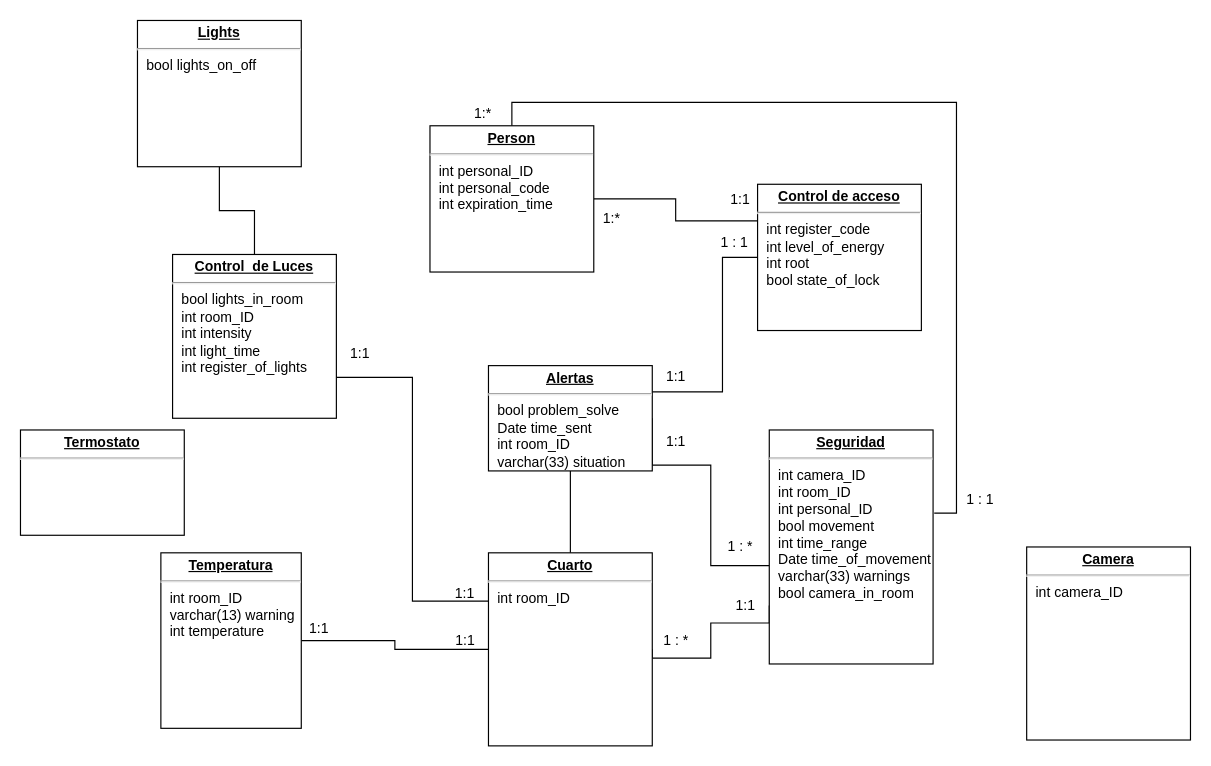
Earlier version of the draw.io diagram act3/Tarea 3 en equipo.drawio (DemiurgeApeiron/A01028325-InternetOfThings). Source tidied: cells renumbered, new cells numbered last; positions are measured from the earlier drawing's top-left corner, leaving out a move shared by most shapes. Both pictures are drawn from the tidied source at 117%, with x=0, y=0 at pixel (20, 20).
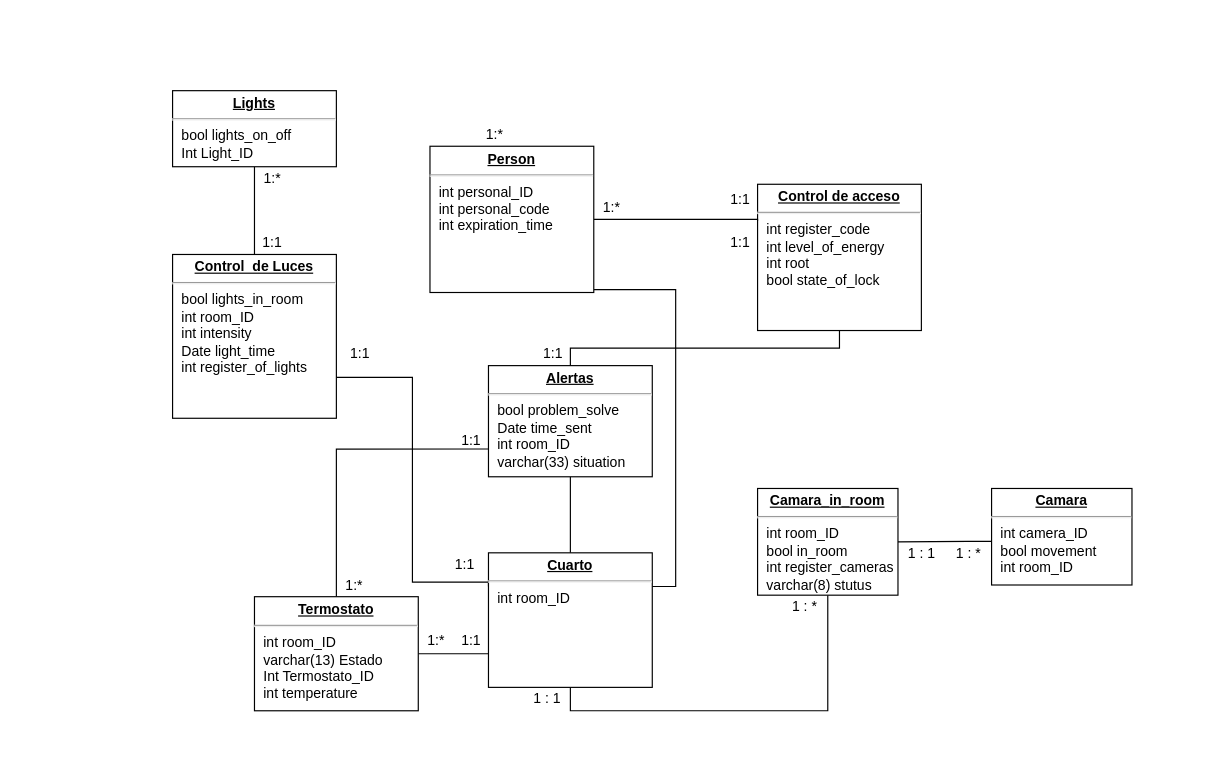
The same diagram, later.

The change refers to these unchanged cells:
```xml
<mxCell id="12" value="&lt;p style=&quot;margin: 0px ; margin-top: 4px ; text-align: center ; text-decoration: underline&quot;&gt;&lt;b&gt;Control de acceso&lt;/b&gt;&lt;/p&gt;&lt;hr&gt;&lt;p style=&quot;margin: 0px ; margin-left: 8px&quot;&gt;int register_code&lt;/p&gt;&lt;p style=&quot;margin: 0px ; margin-left: 8px&quot;&gt;int level_of_energy&lt;/p&gt;&lt;p style=&quot;margin: 0px ; margin-left: 8px&quot;&gt;int root&lt;/p&gt;&lt;p style=&quot;margin: 0px ; margin-left: 8px&quot;&gt;bool state_of_lock&lt;/p&gt;&lt;p style=&quot;margin: 0px ; margin-left: 8px&quot;&gt;&lt;br&gt;&lt;/p&gt;" style="verticalAlign=top;align=left;overflow=fill;fontSize=12;fontFamily=Helvetica;html=1;rounded=0;shadow=0;comic=0;labelBackgroundColor=none;strokeWidth=1;" parent="1" vertex="1">
  <mxGeometry x="630" y="140" width="140" height="125" as="geometry" />
</mxCell>
```

The edit, as a diff of the source:
```diff
@@
-    <mxCell id="2" value="&lt;p style=&quot;margin: 0px ; margin-top: 4px ; text-align: center ; text-decoration: underline&quot;&gt;&lt;b&gt;Control&amp;nbsp; de Luces&lt;/b&gt;&lt;/p&gt;&lt;hr&gt;&lt;p style=&quot;margin: 0px ; margin-left: 8px&quot;&gt;bool lights_in_room&lt;/p&gt;&lt;p style=&quot;margin: 0px ; margin-left: 8px&quot;&gt;int room_ID&lt;/p&gt;&lt;p style=&quot;margin: 0px ; margin-left: 8px&quot;&gt;int intensity&lt;/p&gt;&lt;p style=&quot;margin: 0px ; margin-left: 8px&quot;&gt;int light_time&lt;/p&gt;&lt;p style=&quot;margin: 0px ; margin-left: 8px&quot;&gt;int register_of_lights&lt;/p&gt;&lt;p style=&quot;margin: 0px ; margin-left: 8px&quot;&gt;&lt;br&gt;&lt;/p&gt;&lt;p style=&quot;margin: 0px ; margin-left: 8px&quot;&gt;&lt;br&gt;&lt;/p&gt;" style="verticalAlign=top;align=left;overflow=fill;fontSize=12;fontFamily=Helvetica;html=1;rounded=0;shadow=0;comic=0;labelBackgroundColor=none;strokeWidth=1;" parent="1" vertex="1">
+    <mxCell id="2" value="&lt;p style=&quot;margin: 0px ; margin-top: 4px ; text-align: center ; text-decoration: underline&quot;&gt;&lt;b&gt;Control&amp;nbsp; de Luces&lt;/b&gt;&lt;/p&gt;&lt;hr&gt;&lt;p style=&quot;margin: 0px ; margin-left: 8px&quot;&gt;bool lights_in_room&lt;/p&gt;&lt;p style=&quot;margin: 0px ; margin-left: 8px&quot;&gt;int room_ID&lt;/p&gt;&lt;p style=&quot;margin: 0px ; margin-left: 8px&quot;&gt;int intensity&lt;/p&gt;&lt;p style=&quot;margin: 0px ; margin-left: 8px&quot;&gt;Date light_time&lt;/p&gt;&lt;p style=&quot;margin: 0px ; margin-left: 8px&quot;&gt;int register_of_lights&lt;/p&gt;&lt;p style=&quot;margin: 0px ; margin-left: 8px&quot;&gt;&lt;br&gt;&lt;/p&gt;&lt;p style=&quot;margin: 0px ; margin-left: 8px&quot;&gt;&lt;br&gt;&lt;/p&gt;" style="verticalAlign=top;align=left;overflow=fill;fontSize=12;fontFamily=Helvetica;html=1;rounded=0;shadow=0;comic=0;labelBackgroundColor=none;strokeWidth=1;" parent="1" vertex="1">
       <mxGeometry x="130" y="200" width="140" height="140" as="geometry" />
     </mxCell>
-    <mxCell id="3" style="edgeStyle=orthogonalEdgeStyle;rounded=0;jettySize=auto;html=1;entryX=0;entryY=0.5;entryDx=0;entryDy=0;verticalAlign=middle;endArrow=none;endFill=0;" parent="1" edge="1" source="4" target="10">
+    <mxCell id="3" style="edgeStyle=orthogonalEdgeStyle;rounded=0;jettySize=auto;html=1;entryX=0;entryY=0.75;entryDx=0;entryDy=0;verticalAlign=middle;endArrow=none;endFill=0;exitX=1;exitY=0.5;exitDx=0;exitDy=0;" parent="1" edge="1" source="34" target="10">
       <mxGeometry relative="1" as="geometry" />
     </mxCell>
-    <mxCell id="4" value="&lt;p style=&quot;margin: 0px ; margin-top: 4px ; text-align: center ; text-decoration: underline&quot;&gt;&lt;b&gt;Temperatura&lt;/b&gt;&lt;/p&gt;&lt;hr&gt;&lt;p style=&quot;margin: 0px ; margin-left: 8px&quot;&gt;int room_ID&lt;/p&gt;&lt;p style=&quot;margin: 0px ; margin-left: 8px&quot;&gt;varchar(13) warning&lt;/p&gt;&lt;p style=&quot;margin: 0px ; margin-left: 8px&quot;&gt;int temperature&lt;/p&gt;&lt;p style=&quot;margin: 0px ; margin-left: 8px&quot;&gt;&lt;br&gt;&lt;/p&gt;" style="verticalAlign=top;align=left;overflow=fill;fontSize=12;fontFamily=Helvetica;html=1;rounded=0;shadow=0;comic=0;labelBackgroundColor=none;strokeWidth=1;" parent="1" vertex="1">
-      <mxGeometry x="120" y="455" width="120" height="150" as="geometry" />
-    </mxCell>
-    <mxCell id="5" style="edgeStyle=orthogonalEdgeStyle;rounded=0;html=1;labelBackgroundColor=none;endArrow=none;endFill=0;endSize=8;fontFamily=Verdana;fontSize=12;align=left;exitX=1;exitY=0.5;" parent="1" edge="1" source="7" target="13">
-      <mxGeometry relative="1" as="geometry">
-        <Array as="points">
-          <mxPoint x="540" y="380" />
-          <mxPoint x="590" y="380" />
-          <mxPoint x="590" y="466" />
-        </Array>
-      </mxGeometry>
-    </mxCell>
@@
     <mxCell id="7" value="&lt;p style=&quot;margin: 0px ; margin-top: 4px ; text-align: center ; text-decoration: underline&quot;&gt;&lt;b&gt;Alertas&lt;/b&gt;&lt;/p&gt;&lt;hr&gt;&lt;p style=&quot;margin: 0px ; margin-left: 8px&quot;&gt;bool problem_solve&lt;/p&gt;&lt;p style=&quot;margin: 0px ; margin-left: 8px&quot;&gt;Date time_sent&lt;/p&gt;&lt;p style=&quot;margin: 0px ; margin-left: 8px&quot;&gt;int room_ID&lt;/p&gt;&lt;p style=&quot;margin: 0px ; margin-left: 8px&quot;&gt;varchar(33) situation&lt;/p&gt;" style="verticalAlign=top;align=left;overflow=fill;fontSize=12;fontFamily=Helvetica;html=1;rounded=0;shadow=0;comic=0;labelBackgroundColor=none;strokeWidth=1;" parent="1" vertex="1">
-      <mxGeometry x="400" y="295" width="140" height="90" as="geometry" />
+      <mxGeometry x="400" y="295" width="140" height="95" as="geometry" />
     </mxCell>
-    <mxCell id="8" style="edgeStyle=orthogonalEdgeStyle;rounded=0;html=1;exitX=1;exitY=0.5;entryX=0;entryY=0.75;labelBackgroundColor=none;endArrow=none;endFill=0;endSize=8;fontFamily=Verdana;fontSize=12;align=left;" parent="1" edge="1" source="10" target="13">
-      <mxGeometry relative="1" as="geometry">
-        <Array as="points">
-          <mxPoint x="590" y="545" />
-          <mxPoint x="590" y="515" />
-          <mxPoint x="640" y="515" />
-        </Array>
-      </mxGeometry>
-    </mxCell>
     <mxCell id="9" style="edgeStyle=orthogonalEdgeStyle;rounded=0;html=1;exitX=0;exitY=0.25;entryX=1;entryY=0.75;labelBackgroundColor=none;endArrow=none;endFill=0;endSize=8;fontFamily=Verdana;fontSize=12;align=left;" parent="1" edge="1" source="10" target="2">
-      <mxGeometry relative="1" as="geometry" />
+      <mxGeometry relative="1" as="geometry">
+        <Array as="points">
+          <mxPoint x="400" y="480" />
+          <mxPoint x="335" y="480" />
+          <mxPoint x="335" y="305" />
+        </Array>
+      </mxGeometry>
     </mxCell>
     <mxCell id="10" value="&lt;p style=&quot;margin: 0px ; margin-top: 4px ; text-align: center ; text-decoration: underline&quot;&gt;&lt;b&gt;Cuarto&lt;/b&gt;&lt;/p&gt;&lt;hr&gt;&lt;p style=&quot;margin: 0px ; margin-left: 8px&quot;&gt;int room_ID&lt;/p&gt;&lt;p style=&quot;margin: 0px ; margin-left: 8px&quot;&gt;&lt;br&gt;&lt;/p&gt;" style="verticalAlign=top;align=left;overflow=fill;fontSize=12;fontFamily=Helvetica;html=1;rounded=0;shadow=0;comic=0;labelBackgroundColor=none;strokeWidth=1;" parent="1" vertex="1">
-      <mxGeometry x="400" y="455" width="140" height="165" as="geometry" />
+      <mxGeometry x="400" y="455" width="140" height="115" as="geometry" />
     </mxCell>
-    <mxCell id="11" style="edgeStyle=orthogonalEdgeStyle;rounded=0;html=1;labelBackgroundColor=none;endArrow=none;endFill=0;endSize=8;fontFamily=Verdana;fontSize=12;align=left;entryX=1;entryY=0.25;" parent="1" edge="1" source="12" target="7">
+    <mxCell id="11" style="edgeStyle=orthogonalEdgeStyle;rounded=0;html=1;labelBackgroundColor=none;endArrow=none;endFill=0;endSize=8;fontFamily=Verdana;fontSize=12;align=left;entryX=0.5;entryY=0;entryDx=0;entryDy=0;" parent="1" edge="1" source="12" target="7">
       <mxGeometry relative="1" as="geometry">
         <Array as="points">
-          <mxPoint x="600" y="318" />
+          <mxPoint x="700" y="280" />
+          <mxPoint x="470" y="280" />
         </Array>
       </mxGeometry>
     </mxCell>
@@
-    <mxCell id="13" value="&lt;p style=&quot;margin: 0px ; margin-top: 4px ; text-align: center ; text-decoration: underline&quot;&gt;&lt;b&gt;Seguridad&lt;/b&gt;&lt;/p&gt;&lt;hr&gt;&lt;p style=&quot;margin: 0px ; margin-left: 8px&quot;&gt;int camera_ID&lt;/p&gt;&lt;p style=&quot;margin: 0px ; margin-left: 8px&quot;&gt;int room_ID&lt;/p&gt;&lt;p style=&quot;margin: 0px ; margin-left: 8px&quot;&gt;int personal_ID&lt;/p&gt;&lt;p style=&quot;margin: 0px ; margin-left: 8px&quot;&gt;bool movement&lt;/p&gt;&lt;p style=&quot;margin: 0px ; margin-left: 8px&quot;&gt;&lt;span&gt;int time_range&lt;/span&gt;&lt;/p&gt;&lt;p style=&quot;margin: 0px ; margin-left: 8px&quot;&gt;Date time_of_movement&lt;/p&gt;&lt;p style=&quot;margin: 0px ; margin-left: 8px&quot;&gt;varchar(33) warnings&lt;/p&gt;&lt;p style=&quot;margin: 0px ; margin-left: 8px&quot;&gt;bool camera_in_room&lt;/p&gt;&lt;p style=&quot;margin: 0px ; margin-left: 8px&quot;&gt;&lt;br&gt;&lt;/p&gt;" style="verticalAlign=top;align=left;overflow=fill;fontSize=12;fontFamily=Helvetica;html=1;rounded=0;shadow=0;comic=0;labelBackgroundColor=none;strokeWidth=1;" parent="1" vertex="1">
-      <mxGeometry x="640" y="350" width="140" height="200" as="geometry" />
-    </mxCell>
     <mxCell id="14" value="1:1" style="text;html=1;align=center;verticalAlign=middle;" parent="1" vertex="1">
-      <mxGeometry x="365" y="520" width="30" height="20" as="geometry" />
+      <mxGeometry x="370" y="520" width="30" height="20" as="geometry" />
     </mxCell>
     <mxCell id="15" value="1:1" style="text;html=1;strokeColor=none;fillColor=none;align=center;verticalAlign=middle;whiteSpace=wrap;rounded=0;" parent="1" vertex="1">
-      <mxGeometry x="360" y="480" width="40" height="20" as="geometry" />
+      <mxGeometry x="360" y="455" width="40" height="20" as="geometry" />
     </mxCell>
-    <mxCell id="16" value="1:1" style="text;html=1;strokeColor=none;fillColor=none;align=center;verticalAlign=middle;whiteSpace=wrap;rounded=0;" parent="1" vertex="1">
-      <mxGeometry x="600" y="490" width="40" height="20" as="geometry" />
-    </mxCell>
-    <mxCell id="17" value="1 : *" style="text;html=1;align=center;verticalAlign=middle;" parent="1" vertex="1">
-      <mxGeometry x="595" y="440" width="40" height="20" as="geometry" />
-    </mxCell>
-    <mxCell id="18" value="1:1" style="text;html=1;align=center;verticalAlign=middle;" parent="1" vertex="1">
-      <mxGeometry x="240" y="510" width="30" height="20" as="geometry" />
-    </mxCell>
@@
-    <mxCell id="20" value="1:1" style="text;html=1;align=center;verticalAlign=middle;" parent="1" vertex="1">
-      <mxGeometry x="545" y="350" width="30" height="20" as="geometry" />
-    </mxCell>
-    <mxCell id="21" value="1 : *" style="text;html=1;align=center;verticalAlign=middle;" parent="1" vertex="1">
-      <mxGeometry x="540" y="520" width="40" height="20" as="geometry" />
-    </mxCell>
     <mxCell id="22" value="1:1" style="text;html=1;align=center;verticalAlign=middle;" parent="1" vertex="1">
-      <mxGeometry x="545" y="295" width="30" height="20" as="geometry" />
+      <mxGeometry x="440" y="275" width="30" height="20" as="geometry" />
     </mxCell>
-    <mxCell id="23" value="1 : 1" style="text;html=1;align=center;verticalAlign=middle;" parent="1" vertex="1">
-      <mxGeometry x="590" y="180" width="40" height="20" as="geometry" />
+    <mxCell id="23" value="1:1" style="text;html=1;align=center;verticalAlign=middle;" parent="1" vertex="1">
+      <mxGeometry x="600" y="180" width="30" height="20" as="geometry" />
     </mxCell>
     <mxCell id="24" style="edgeStyle=orthogonalEdgeStyle;rounded=0;jettySize=auto;html=1;exitX=1;exitY=0.5;exitDx=0;exitDy=0;entryX=0;entryY=0.25;entryDx=0;entryDy=0;endArrow=none;endFill=0;" parent="1" edge="1" source="26" target="12">
-      <mxGeometry relative="1" as="geometry" />
+      <mxGeometry relative="1" as="geometry">
+        <Array as="points">
+          <mxPoint x="630" y="170" />
+        </Array>
+      </mxGeometry>
     </mxCell>
-    <mxCell id="25" style="edgeStyle=orthogonalEdgeStyle;rounded=0;jettySize=auto;html=1;exitX=0.5;exitY=0;exitDx=0;exitDy=0;endArrow=none;endFill=0;entryX=1.007;entryY=0.355;entryDx=0;entryDy=0;entryPerimeter=0;" parent="1" edge="1" source="26" target="13">
-      <mxGeometry relative="1" as="geometry" />
-    </mxCell>
+    <mxCell id="35" style="edgeStyle=orthogonalEdgeStyle;rounded=0;jettySize=auto;html=1;entryX=1;entryY=0.25;entryDx=0;entryDy=0;endArrow=none;endFill=0;" parent="1" edge="1" source="26" target="10">
+      <mxGeometry relative="1" as="geometry">
+        <Array as="points">
+          <mxPoint x="560" y="230" />
+          <mxPoint x="560" y="484" />
+        </Array>
+      </mxGeometry>
+    </mxCell>
     <mxCell id="26" value="&lt;p style=&quot;margin: 0px ; margin-top: 4px ; text-align: center ; text-decoration: underline&quot;&gt;&lt;b&gt;Person&lt;/b&gt;&lt;/p&gt;&lt;hr&gt;&lt;p style=&quot;margin: 0px ; margin-left: 8px&quot;&gt;int personal_ID&lt;/p&gt;&lt;p style=&quot;margin: 0px ; margin-left: 8px&quot;&gt;int personal_code&lt;/p&gt;&lt;p style=&quot;margin: 0px ; margin-left: 8px&quot;&gt;int expiration_time&lt;/p&gt;" style="verticalAlign=top;align=left;overflow=fill;fontSize=12;fontFamily=Helvetica;html=1;rounded=0;shadow=0;comic=0;labelBackgroundColor=none;strokeWidth=1;" parent="1" vertex="1">
-      <mxGeometry x="350" y="90" width="140" height="125" as="geometry" />
+      <mxGeometry x="350" y="107.5" width="140" height="125" as="geometry" />
     </mxCell>
     <mxCell id="27" value="1:*" style="text;html=1;align=center;verticalAlign=middle;" parent="1" vertex="1">
-      <mxGeometry x="380" y="70" width="30" height="20" as="geometry" />
+      <mxGeometry x="390" y="87.5" width="30" height="20" as="geometry" />
     </mxCell>
-    <mxCell id="28" value="1 : 1" style="text;html=1;align=center;verticalAlign=middle;" parent="1" vertex="1">
-      <mxGeometry x="800" y="400" width="40" height="20" as="geometry" />
-    </mxCell>
@@
     <mxCell id="30" value="1:*" style="text;html=1;align=center;verticalAlign=middle;" parent="1" vertex="1">
-      <mxGeometry x="490" y="160" width="30" height="20" as="geometry" />
+      <mxGeometry x="490" y="150" width="30" height="20" as="geometry" />
     </mxCell>
@@
-    <mxCell id="32" value="&lt;p style=&quot;margin: 0px ; margin-top: 4px ; text-align: center ; text-decoration: underline&quot;&gt;&lt;b&gt;Lights&lt;/b&gt;&lt;/p&gt;&lt;hr&gt;&lt;p style=&quot;margin: 0px ; margin-left: 8px&quot;&gt;bool lights_on_off&lt;/p&gt;&lt;p style=&quot;margin: 0px ; margin-left: 8px&quot;&gt;&lt;br&gt;&lt;/p&gt;" style="verticalAlign=top;align=left;overflow=fill;fontSize=12;fontFamily=Helvetica;html=1;rounded=0;shadow=0;comic=0;labelBackgroundColor=none;strokeWidth=1;" parent="1" vertex="1">
-      <mxGeometry x="100" width="140" height="125" as="geometry" />
+    <mxCell id="32" value="&lt;p style=&quot;margin: 0px ; margin-top: 4px ; text-align: center ; text-decoration: underline&quot;&gt;&lt;b&gt;Lights&lt;/b&gt;&lt;/p&gt;&lt;hr&gt;&lt;p style=&quot;margin: 0px ; margin-left: 8px&quot;&gt;bool lights_on_off&lt;/p&gt;&lt;p style=&quot;margin: 0px ; margin-left: 8px&quot;&gt;Int Light_ID&lt;br&gt;&lt;/p&gt;&lt;p style=&quot;margin: 0px ; margin-left: 8px&quot;&gt;&lt;br&gt;&lt;/p&gt;" style="verticalAlign=top;align=left;overflow=fill;fontSize=12;fontFamily=Helvetica;html=1;rounded=0;shadow=0;comic=0;labelBackgroundColor=none;strokeWidth=1;" parent="1" vertex="1">
+      <mxGeometry x="130" y="60" width="140" height="65" as="geometry" />
     </mxCell>
+    <mxCell id="36" style="edgeStyle=orthogonalEdgeStyle;rounded=0;jettySize=auto;html=1;endArrow=none;endFill=0;entryX=1;entryY=0.5;entryDx=0;entryDy=0;" parent="1" edge="1" source="33" target="45">
+      <mxGeometry relative="1" as="geometry">
+        <Array as="points">
+          <mxPoint x="810" y="445.2" />
+          <mxPoint x="810" y="445.2" />
+        </Array>
+      </mxGeometry>
+    </mxCell>
+    <mxCell id="37" style="edgeStyle=orthogonalEdgeStyle;rounded=0;jettySize=auto;html=1;entryX=0.5;entryY=1;entryDx=0;entryDy=0;endArrow=none;endFill=0;exitX=0.5;exitY=1;exitDx=0;exitDy=0;" parent="1" edge="1" source="45" target="10">
+      <mxGeometry relative="1" as="geometry">
+        <Array as="points">
+          <mxPoint x="690" y="590" />
+          <mxPoint x="470" y="590" />
+        </Array>
+      </mxGeometry>
+    </mxCell>
-    <mxCell id="33" value="&lt;p style=&quot;margin: 0px ; margin-top: 4px ; text-align: center ; text-decoration: underline&quot;&gt;&lt;b&gt;Camera&lt;/b&gt;&lt;/p&gt;&lt;hr&gt;&lt;p style=&quot;margin: 0px ; margin-left: 8px&quot;&gt;int camera_ID&lt;/p&gt;" style="verticalAlign=top;align=left;overflow=fill;fontSize=12;fontFamily=Helvetica;html=1;rounded=0;shadow=0;comic=0;labelBackgroundColor=none;strokeWidth=1;" parent="1" vertex="1">
-      <mxGeometry x="860" y="450" width="140" height="165" as="geometry" />
+    <mxCell id="33" value="&lt;p style=&quot;margin: 0px ; margin-top: 4px ; text-align: center ; text-decoration: underline&quot;&gt;&lt;b&gt;Camara&lt;/b&gt;&lt;/p&gt;&lt;hr&gt;&lt;p style=&quot;margin: 0px ; margin-left: 8px&quot;&gt;int camera_ID&lt;/p&gt;&lt;p style=&quot;margin: 0px ; margin-left: 8px&quot;&gt;bool movement&lt;/p&gt;&lt;p style=&quot;margin: 0px ; margin-left: 8px&quot;&gt;int room_ID&lt;/p&gt;" style="verticalAlign=top;align=left;overflow=fill;fontSize=12;fontFamily=Helvetica;html=1;rounded=0;shadow=0;comic=0;labelBackgroundColor=none;strokeWidth=1;" parent="1" vertex="1">
+      <mxGeometry x="830" y="400" width="120" height="82.5" as="geometry" />
     </mxCell>
+    <mxCell id="38" style="edgeStyle=orthogonalEdgeStyle;rounded=0;jettySize=auto;html=1;entryX=0;entryY=0.75;entryDx=0;entryDy=0;endArrow=none;endFill=0;" parent="1" edge="1" source="34" target="7">
+      <mxGeometry relative="1" as="geometry">
+        <Array as="points">
+          <mxPoint x="270" y="366" />
+        </Array>
+      </mxGeometry>
+    </mxCell>
-    <mxCell id="34" value="&lt;p style=&quot;margin: 0px ; margin-top: 4px ; text-align: center ; text-decoration: underline&quot;&gt;&lt;b&gt;Termostato&lt;/b&gt;&lt;/p&gt;&lt;hr&gt;&lt;p style=&quot;margin: 0px ; margin-left: 8px&quot;&gt;&lt;br&gt;&lt;/p&gt;" style="verticalAlign=top;align=left;overflow=fill;fontSize=12;fontFamily=Helvetica;html=1;rounded=0;shadow=0;comic=0;labelBackgroundColor=none;strokeWidth=1;" parent="1" vertex="1">
-      <mxGeometry y="350" width="140" height="90" as="geometry" />
+    <mxCell id="34" value="&lt;p style=&quot;margin: 0px ; margin-top: 4px ; text-align: center ; text-decoration: underline&quot;&gt;&lt;b&gt;Termostato&lt;/b&gt;&lt;/p&gt;&lt;hr&gt;&lt;p style=&quot;margin: 0px ; margin-left: 8px&quot;&gt;int room_ID&lt;/p&gt;&lt;p style=&quot;margin: 0px ; margin-left: 8px&quot;&gt;varchar(13) Estado&lt;/p&gt;&lt;p style=&quot;margin: 0px ; margin-left: 8px&quot;&gt;Int Termostato_ID&lt;/p&gt;&lt;p style=&quot;margin: 0px ; margin-left: 8px&quot;&gt;int temperature&lt;/p&gt;" style="verticalAlign=top;align=left;overflow=fill;fontSize=12;fontFamily=Helvetica;html=1;rounded=0;shadow=0;comic=0;labelBackgroundColor=none;strokeWidth=1;" parent="1" vertex="1">
+      <mxGeometry x="200" y="492.5" width="140" height="97.5" as="geometry" />
     </mxCell>
+    <mxCell id="39" value="1:*" style="text;html=1;align=center;verticalAlign=middle;" parent="1" vertex="1">
+      <mxGeometry x="340" y="520" width="30" height="20" as="geometry" />
+    </mxCell>
+    <mxCell id="40" value="1 : *" style="text;html=1;align=center;verticalAlign=middle;" parent="1" vertex="1">
+      <mxGeometry x="790" y="446.2" width="40" height="20" as="geometry" />
+    </mxCell>
+    <mxCell id="41" value="1 : 1" style="text;html=1;align=center;verticalAlign=middle;" parent="1" vertex="1">
+      <mxGeometry x="430" y="570" width="40" height="20" as="geometry" />
+    </mxCell>
+    <mxCell id="42" value="1 : *" style="text;html=1;align=center;verticalAlign=middle;" parent="1" vertex="1">
+      <mxGeometry x="650" y="491.2" width="40" height="20" as="geometry" />
+    </mxCell>
+    <mxCell id="43" value="1:1" style="text;html=1;align=center;verticalAlign=middle;" parent="1" vertex="1">
+      <mxGeometry x="200" y="180" width="30" height="20" as="geometry" />
+    </mxCell>
+    <mxCell id="44" value="1:*" style="text;html=1;align=center;verticalAlign=middle;" parent="1" vertex="1">
+      <mxGeometry x="200" y="125" width="30" height="20" as="geometry" />
+    </mxCell>
+    <mxCell id="45" value="&lt;p style=&quot;margin: 0px ; margin-top: 4px ; text-align: center ; text-decoration: underline&quot;&gt;&lt;b&gt;Camara_in_room&lt;/b&gt;&lt;/p&gt;&lt;hr&gt;&lt;p style=&quot;margin: 0px ; margin-left: 8px&quot;&gt;int room_ID&lt;/p&gt;&lt;p style=&quot;margin: 0px ; margin-left: 8px&quot;&gt;bool in_room&lt;/p&gt;&lt;p style=&quot;margin: 0px ; margin-left: 8px&quot;&gt;int register_cameras&lt;/p&gt;&lt;p style=&quot;margin: 0px ; margin-left: 8px&quot;&gt;varchar(8) stutus&lt;br&gt;&lt;/p&gt;" style="verticalAlign=top;align=left;overflow=fill;fontSize=12;fontFamily=Helvetica;html=1;rounded=0;shadow=0;comic=0;labelBackgroundColor=none;strokeWidth=1;" parent="1" vertex="1">
+      <mxGeometry x="630" y="400" width="120" height="91.2" as="geometry" />
+    </mxCell>
+    <mxCell id="46" value="1 : 1" style="text;html=1;align=center;verticalAlign=middle;" parent="1" vertex="1">
+      <mxGeometry x="750" y="446.2" width="40" height="20" as="geometry" />
+    </mxCell>
+    <mxCell id="47" value="1:1" style="text;html=1;align=center;verticalAlign=middle;" parent="1" vertex="1">
+      <mxGeometry x="370" y="348.8" width="30" height="20" as="geometry" />
+    </mxCell>
+    <mxCell id="48" value="1:*" style="text;html=1;align=center;verticalAlign=middle;" parent="1" vertex="1">
+      <mxGeometry x="270" y="472.5" width="30" height="20" as="geometry" />
+    </mxCell>
```
